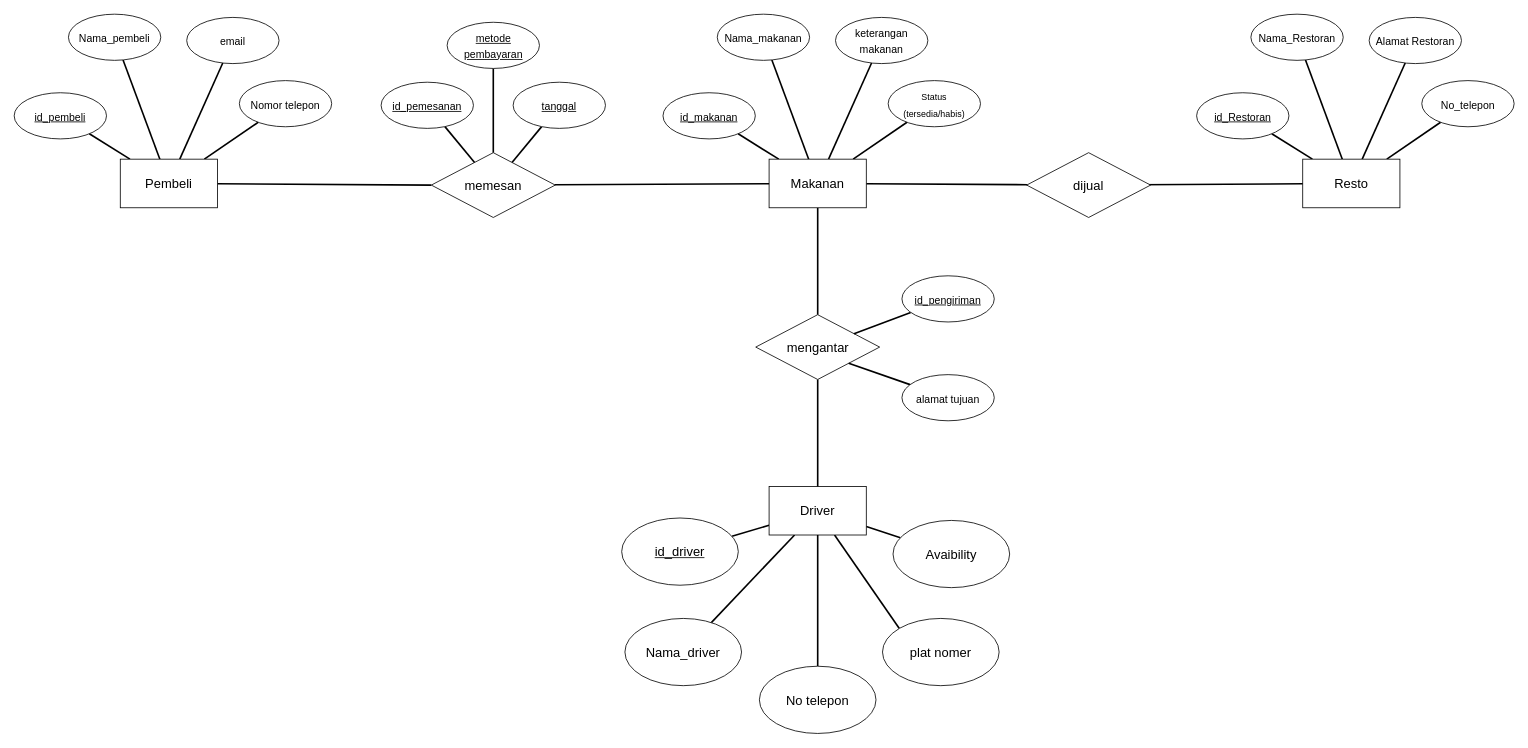
Iknip26/tugasppw5 keeps this draw.io diagram as Untitled Diagram.drawio. Above is the earlier version. Source tidied: cells renumbered, new cells numbered last; positions are measured from the earlier drawing's top-left corner, leaving out a move shared by most shapes. Both pictures are drawn from the tidied source at 81%, with x=0, y=0 at pixel (14, 14).
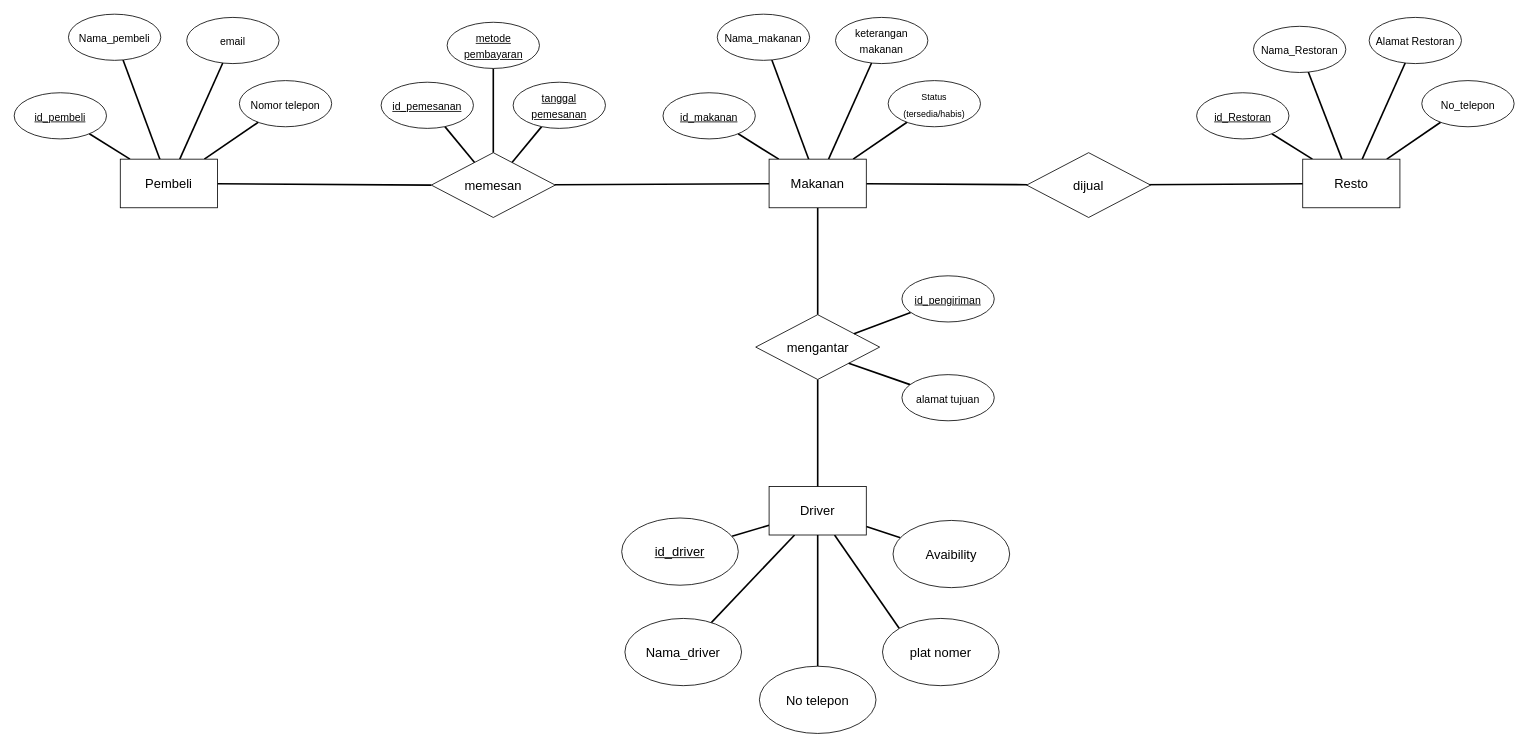
Above is the later version.

Commit message:
tugas basdat

The edit, as a diff of the source:
```diff
@@
-    <mxCell id="29" value="&lt;font style=&quot;font-size: 13px;&quot;&gt;&lt;u&gt;tanggal&lt;/u&gt;&lt;/font&gt;" style="ellipse;whiteSpace=wrap;html=1;fontSize=16;" parent="1" vertex="1">
+    <mxCell id="29" value="&lt;font style=&quot;font-size: 13px;&quot;&gt;&lt;u&gt;tanggal pemesanan&lt;/u&gt;&lt;/font&gt;" style="ellipse;whiteSpace=wrap;html=1;fontSize=16;" parent="1" vertex="1">
       <mxGeometry x="616" y="84" width="114" height="57" as="geometry" />
     </mxCell>
@@
     <mxCell id="36" value="&lt;font style=&quot;font-size: 13px;&quot;&gt;Nama_Restoran&lt;/font&gt;" style="ellipse;whiteSpace=wrap;html=1;fontSize=16;" parent="1" vertex="1">
-      <mxGeometry x="1526.8" width="114" height="57" as="geometry" />
+      <mxGeometry x="1530" y="15" width="114" height="57" as="geometry" />
     </mxCell>
```
